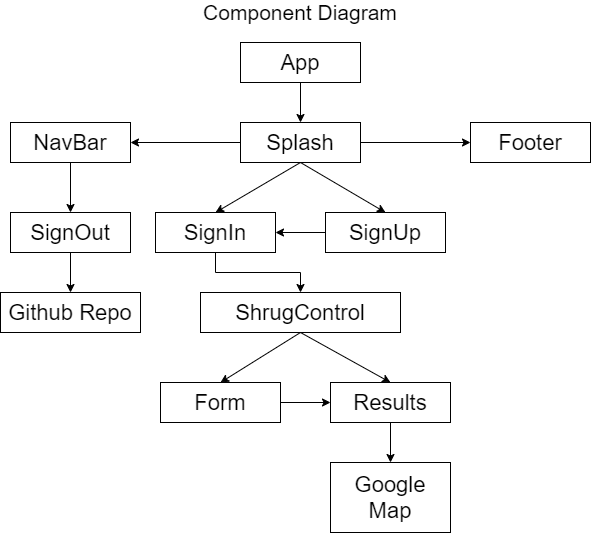
Earlier version of the draw.io export public/component-diagram.drawio.png (tytyhibye/Shrug). Source tidied: cells renumbered, new cells last; positions are measured from the earlier drawing's top-left corner, leaving out a move shared by most shapes. Source of this version:
```xml
<mxGraphModel>
  <root>
    <mxCell id="0" />
    <mxCell id="1" parent="0" />
    <mxCell id="2" style="group;" parent="1" vertex="1">
      <mxGeometry y="10" width="590" height="340" as="geometry" />
    </mxCell>
    <mxCell id="3" value="&lt;font style=&quot;font-size: 22px&quot;&gt;App&lt;/font&gt;" style="rounded=0;whiteSpace=wrap;html=1;" parent="2" vertex="1">
      <mxGeometry x="240" y="30" width="120" height="40" as="geometry" />
    </mxCell>
    <mxCell id="4" value="&lt;font style=&quot;font-size: 22px&quot;&gt;Splash&lt;/font&gt;" style="rounded=0;whiteSpace=wrap;html=1;" parent="2" vertex="1">
      <mxGeometry x="240" y="110" width="120" height="40" as="geometry" />
    </mxCell>
    <mxCell id="5" style="edgeStyle=orthogonalEdgeStyle;rounded=0;jettySize=auto;html=1;" parent="2" edge="1" source="3" target="4">
      <mxGeometry relative="1" as="geometry" />
    </mxCell>
    <mxCell id="6" value="&lt;font style=&quot;font-size: 21px&quot;&gt;Component Diagram&lt;/font&gt;" style="text;html=1;strokeColor=none;fillColor=none;align=center;verticalAlign=middle;whiteSpace=wrap;rounded=0;" parent="2" vertex="1">
      <mxGeometry x="155" y="-10" width="290" height="20" as="geometry" />
    </mxCell>
    <mxCell id="7" value="&lt;font style=&quot;font-size: 22px&quot;&gt;Footer&lt;/font&gt;" style="rounded=0;whiteSpace=wrap;html=1;" parent="2" vertex="1">
      <mxGeometry x="470" y="110" width="120" height="40" as="geometry" />
    </mxCell>
    <mxCell id="8" style="edgeStyle=orthogonalEdgeStyle;rounded=0;jettySize=auto;html=1;exitX=1;exitY=0.5;exitDx=0;exitDy=0;entryX=0;entryY=0.5;entryDx=0;entryDy=0;" parent="2" edge="1" source="4" target="7">
      <mxGeometry relative="1" as="geometry" />
    </mxCell>
    <mxCell id="9" value="&lt;font style=&quot;font-size: 22px&quot;&gt;NavBar&lt;/font&gt;" style="rounded=0;whiteSpace=wrap;html=1;" parent="2" vertex="1">
      <mxGeometry x="10" y="110" width="120" height="40" as="geometry" />
    </mxCell>
    <mxCell id="10" style="edgeStyle=orthogonalEdgeStyle;rounded=0;jettySize=auto;html=1;exitX=0;exitY=0.5;exitDx=0;exitDy=0;entryX=1;entryY=0.5;entryDx=0;entryDy=0;" parent="2" edge="1" source="4" target="9">
      <mxGeometry relative="1" as="geometry" />
    </mxCell>
    <mxCell id="11" value="&lt;font style=&quot;font-size: 22px&quot;&gt;SignOut&lt;/font&gt;" style="rounded=0;whiteSpace=wrap;html=1;" parent="2" vertex="1">
      <mxGeometry x="10" y="200" width="120" height="40" as="geometry" />
    </mxCell>
    <mxCell id="12" style="edgeStyle=orthogonalEdgeStyle;rounded=0;jettySize=auto;html=1;" parent="2" edge="1" source="9" target="11">
      <mxGeometry relative="1" as="geometry" />
    </mxCell>
    <mxCell id="13" value="&lt;font style=&quot;font-size: 22px&quot;&gt;Github Repo&lt;/font&gt;" style="rounded=0;whiteSpace=wrap;html=1;" parent="2" vertex="1">
      <mxGeometry y="280" width="140" height="40" as="geometry" />
    </mxCell>
    <mxCell id="14" style="edgeStyle=orthogonalEdgeStyle;rounded=0;jettySize=auto;html=1;" parent="2" edge="1" source="11" target="13">
      <mxGeometry relative="1" as="geometry" />
    </mxCell>
    <mxCell id="15" style="endArrow=classic;html=1;entryX=0.5;entryY=0;entryDx=0;entryDy=0;exitX=0.5;exitY=1;exitDx=0;exitDy=0;" parent="2" edge="1" source="4" target="20">
      <mxGeometry relative="1" as="geometry" />
    </mxCell>
    <mxCell id="16" style="endArrow=classic;html=1;entryX=0.5;entryY=0;entryDx=0;entryDy=0;exitX=0.5;exitY=1;exitDx=0;exitDy=0;" parent="2" edge="1" source="4" target="18">
      <mxGeometry relative="1" as="geometry" />
    </mxCell>
    <mxCell id="17" style="group;" parent="2" vertex="1">
      <mxGeometry x="155" y="200" width="290" height="120" as="geometry" />
    </mxCell>
    <mxCell id="18" value="&lt;font style=&quot;font-size: 22px&quot;&gt;SignUp&lt;/font&gt;" style="rounded=0;whiteSpace=wrap;html=1;" parent="17" vertex="1">
      <mxGeometry x="170" width="120" height="40" as="geometry" />
    </mxCell>
    <mxCell id="19" style="edgeStyle=orthogonalEdgeStyle;rounded=0;jettySize=auto;html=1;exitX=0.5;exitY=1;exitDx=0;exitDy=0;entryX=0.5;entryY=0;entryDx=0;entryDy=0;" parent="17" edge="1" source="20">
      <mxGeometry relative="1" as="geometry">
        <mxPoint x="145" y="80" as="targetPoint" />
      </mxGeometry>
    </mxCell>
    <mxCell id="20" value="&lt;font style=&quot;font-size: 22px&quot;&gt;SignIn&lt;/font&gt;" style="rounded=0;whiteSpace=wrap;html=1;" parent="17" vertex="1">
      <mxGeometry width="120" height="40" as="geometry" />
    </mxCell>
    <mxCell id="21" style="edgeStyle=orthogonalEdgeStyle;rounded=0;jettySize=auto;html=1;exitX=0;exitY=0.5;exitDx=0;exitDy=0;entryX=1;entryY=0.5;entryDx=0;entryDy=0;" parent="17" edge="1" source="18" target="20">
      <mxGeometry relative="1" as="geometry" />
    </mxCell>
    <mxCell id="22" value="&lt;font style=&quot;font-size: 22px&quot;&gt;ShrugControl&lt;/font&gt;" style="rounded=0;whiteSpace=wrap;html=1;" parent="17" vertex="1">
      <mxGeometry x="45" y="80" width="200" height="40" as="geometry" />
    </mxCell>
    <mxCell id="23" style="edgeStyle=orthogonalEdgeStyle;rounded=0;jettySize=auto;html=1;exitX=1;exitY=0.5;exitDx=0;exitDy=0;" parent="1" edge="1" source="24" target="26">
      <mxGeometry relative="1" as="geometry" />
    </mxCell>
    <mxCell id="24" value="&lt;font style=&quot;font-size: 22px&quot;&gt;Form&lt;/font&gt;" style="rounded=0;whiteSpace=wrap;html=1;" parent="1" vertex="1">
      <mxGeometry x="160" y="380" width="120" height="40" as="geometry" />
    </mxCell>
    <mxCell id="25" style="edgeStyle=orthogonalEdgeStyle;rounded=0;jettySize=auto;html=1;" parent="1" edge="1" source="26" target="27">
      <mxGeometry relative="1" as="geometry" />
    </mxCell>
    <mxCell id="26" value="&lt;font style=&quot;font-size: 22px&quot;&gt;Results&lt;/font&gt;" style="rounded=0;whiteSpace=wrap;html=1;" parent="1" vertex="1">
      <mxGeometry x="330" y="380" width="120" height="40" as="geometry" />
    </mxCell>
    <mxCell id="27" value="&lt;font style=&quot;font-size: 22px&quot;&gt;Google Map&lt;/font&gt;" style="rounded=0;whiteSpace=wrap;html=1;" parent="1" vertex="1">
      <mxGeometry x="330" y="460" width="120" height="70" as="geometry" />
    </mxCell>
    <mxCell id="28" style="endArrow=classic;html=1;entryX=0.5;entryY=0;entryDx=0;entryDy=0;exitX=0.5;exitY=1;exitDx=0;exitDy=0;" parent="1" edge="1" source="22" target="26">
      <mxGeometry relative="1" as="geometry" />
    </mxCell>
    <mxCell id="29" style="endArrow=classic;html=1;entryX=0.5;entryY=0;entryDx=0;entryDy=0;exitX=0.5;exitY=1;exitDx=0;exitDy=0;" parent="1" edge="1" source="22" target="24">
      <mxGeometry relative="1" as="geometry" />
    </mxCell>
  </root>
</mxGraphModel>
```
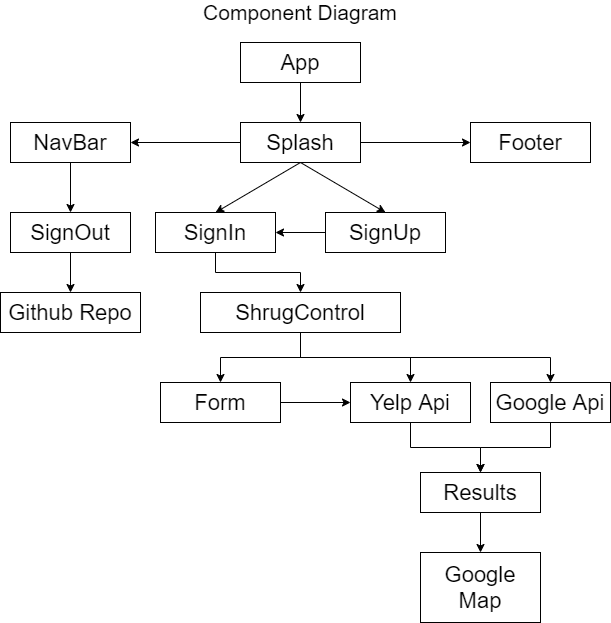
After the commit.

Commit message:
update component diagram incorperating api components.

Change to the diagram source:
```diff
@@ -3,7 +3,7 @@
     <mxCell id="0" />
     <mxCell id="1" parent="0" />
     <mxCell id="2" style="group;" parent="1" vertex="1">
-      <mxGeometry y="10" width="590" height="340" as="geometry" />
+      <mxGeometry y="10" width="610" height="610" as="geometry" />
     </mxCell>
     <mxCell id="3" value="&lt;font style=&quot;font-size: 22px&quot;&gt;App&lt;/font&gt;" style="rounded=0;whiteSpace=wrap;html=1;" parent="2" vertex="1">
       <mxGeometry x="240" y="30" width="120" height="40" as="geometry" />
@@ -67,25 +67,42 @@
     <mxCell id="22" value="&lt;font style=&quot;font-size: 22px&quot;&gt;ShrugControl&lt;/font&gt;" style="rounded=0;whiteSpace=wrap;html=1;" parent="17" vertex="1">
       <mxGeometry x="45" y="80" width="200" height="40" as="geometry" />
     </mxCell>
+    <mxCell id="30" value="&lt;font style=&quot;font-size: 22px&quot;&gt;Yelp Api&lt;/font&gt;" style="rounded=0;whiteSpace=wrap;html=1;" parent="2" vertex="1">
+      <mxGeometry x="350" y="370" width="120" height="40" as="geometry" />
+    </mxCell>
+    <mxCell id="31" value="&lt;font style=&quot;font-size: 22px&quot;&gt;Google Api&lt;/font&gt;" style="rounded=0;whiteSpace=wrap;html=1;" parent="2" vertex="1">
+      <mxGeometry x="490" y="370" width="120" height="40" as="geometry" />
+    </mxCell>
+    <mxCell id="26" value="&lt;font style=&quot;font-size: 22px&quot;&gt;Results&lt;/font&gt;" style="rounded=0;whiteSpace=wrap;html=1;" parent="2" vertex="1">
+      <mxGeometry x="420" y="460" width="120" height="40" as="geometry" />
+    </mxCell>
+    <mxCell id="32" style="edgeStyle=orthogonalEdgeStyle;rounded=0;jettySize=auto;html=1;exitX=0.5;exitY=1;exitDx=0;exitDy=0;" parent="2" edge="1" source="31">
+      <mxGeometry relative="1" as="geometry">
+        <mxPoint x="480" y="460" as="targetPoint" />
+      </mxGeometry>
+    </mxCell>
+    <mxCell id="25" style="edgeStyle=orthogonalEdgeStyle;rounded=0;jettySize=auto;html=1;" parent="2" edge="1" source="26" target="27">
+      <mxGeometry relative="1" as="geometry" />
+    </mxCell>
+    <mxCell id="27" value="&lt;font style=&quot;font-size: 22px&quot;&gt;Google Map&lt;/font&gt;" style="rounded=0;whiteSpace=wrap;html=1;" parent="2" vertex="1">
+      <mxGeometry x="420" y="540" width="120" height="70" as="geometry" />
+    </mxCell>
+    <mxCell id="33" style="edgeStyle=orthogonalEdgeStyle;rounded=0;jettySize=auto;html=1;exitX=0.5;exitY=1;exitDx=0;exitDy=0;entryX=0.5;entryY=0;entryDx=0;entryDy=0;" parent="2" edge="1" source="30" target="26">
+      <mxGeometry relative="1" as="geometry" />
+    </mxCell>
+    <mxCell id="34" style="edgeStyle=orthogonalEdgeStyle;rounded=0;jettySize=auto;html=1;exitX=0.5;exitY=1;exitDx=0;exitDy=0;entryX=0.5;entryY=0;entryDx=0;entryDy=0;" parent="2" edge="1" source="22" target="31">
+      <mxGeometry relative="1" as="geometry" />
+    </mxCell>
+    <mxCell id="35" style="edgeStyle=orthogonalEdgeStyle;rounded=0;jettySize=auto;html=1;exitX=0.5;exitY=1;exitDx=0;exitDy=0;entryX=0.5;entryY=0;entryDx=0;entryDy=0;" parent="2" edge="1" source="22" target="30">
+      <mxGeometry relative="1" as="geometry" />
+    </mxCell>
-    <mxCell id="23" style="edgeStyle=orthogonalEdgeStyle;rounded=0;jettySize=auto;html=1;exitX=1;exitY=0.5;exitDx=0;exitDy=0;" parent="1" edge="1" source="24" target="26">
+    <mxCell id="23" style="edgeStyle=orthogonalEdgeStyle;rounded=0;jettySize=auto;html=1;exitX=1;exitY=0.5;exitDx=0;exitDy=0;entryX=0;entryY=0.5;entryDx=0;entryDy=0;" parent="1" edge="1" source="24" target="30">
       <mxGeometry relative="1" as="geometry" />
     </mxCell>
     <mxCell id="24" value="&lt;font style=&quot;font-size: 22px&quot;&gt;Form&lt;/font&gt;" style="rounded=0;whiteSpace=wrap;html=1;" parent="1" vertex="1">
       <mxGeometry x="160" y="380" width="120" height="40" as="geometry" />
     </mxCell>
-    <mxCell id="25" style="edgeStyle=orthogonalEdgeStyle;rounded=0;jettySize=auto;html=1;" parent="1" edge="1" source="26" target="27">
-      <mxGeometry relative="1" as="geometry" />
-    </mxCell>
-    <mxCell id="26" value="&lt;font style=&quot;font-size: 22px&quot;&gt;Results&lt;/font&gt;" style="rounded=0;whiteSpace=wrap;html=1;" parent="1" vertex="1">
-      <mxGeometry x="330" y="380" width="120" height="40" as="geometry" />
-    </mxCell>
-    <mxCell id="27" value="&lt;font style=&quot;font-size: 22px&quot;&gt;Google Map&lt;/font&gt;" style="rounded=0;whiteSpace=wrap;html=1;" parent="1" vertex="1">
-      <mxGeometry x="330" y="460" width="120" height="70" as="geometry" />
-    </mxCell>
-    <mxCell id="28" style="endArrow=classic;html=1;entryX=0.5;entryY=0;entryDx=0;entryDy=0;exitX=0.5;exitY=1;exitDx=0;exitDy=0;" parent="1" edge="1" source="22" target="26">
-      <mxGeometry relative="1" as="geometry" />
-    </mxCell>
-    <mxCell id="29" style="endArrow=classic;html=1;entryX=0.5;entryY=0;entryDx=0;entryDy=0;exitX=0.5;exitY=1;exitDx=0;exitDy=0;" parent="1" edge="1" source="22" target="24">
+    <mxCell id="29" style="edgeStyle=orthogonalEdgeStyle;rounded=0;jettySize=auto;html=1;exitX=0.5;exitY=1;exitDx=0;exitDy=0;entryX=0.5;entryY=0;entryDx=0;entryDy=0;" parent="1" edge="1" source="22" target="24">
       <mxGeometry relative="1" as="geometry" />
     </mxCell>
   </root>
```
